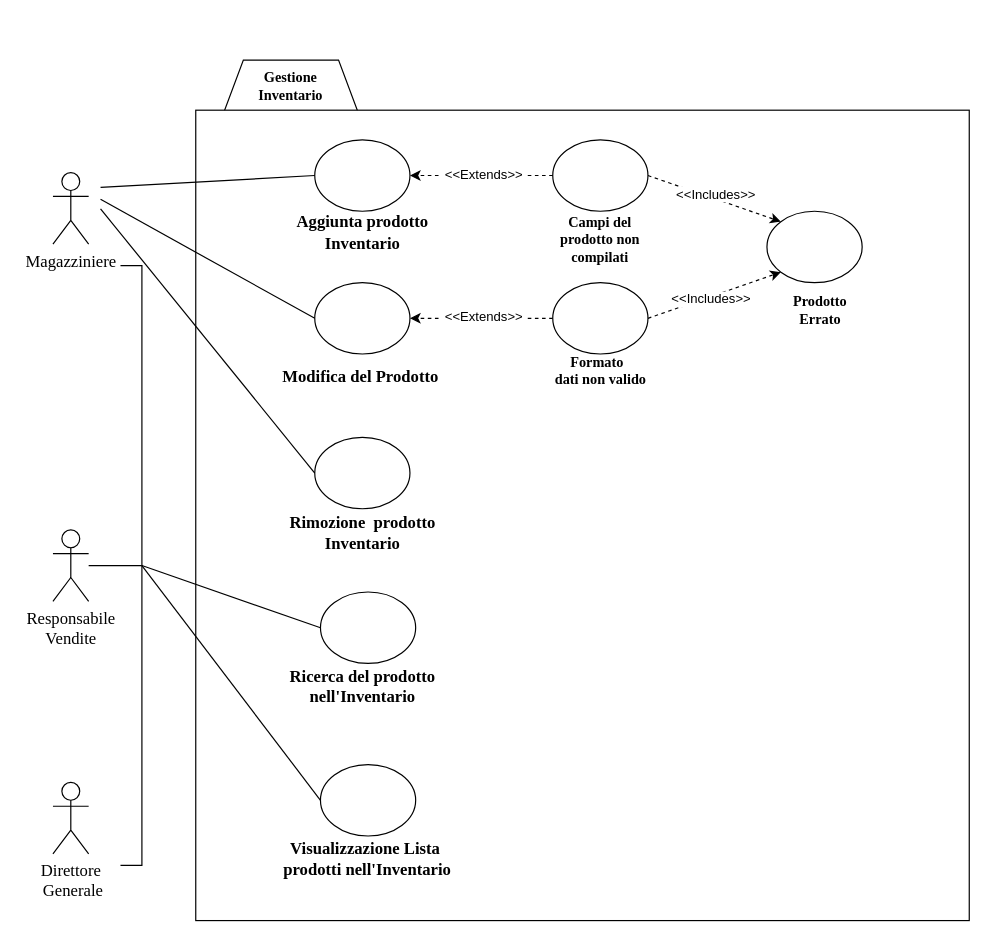
Earlier version of the draw.io diagram Bozze/Diagrammi Casi D'Uso/GestioneInventarioALPHA.drawio (Carmineh/IT-Manager). Source tidied: cells renumbered, new cells numbered last; positions are measured from the earlier drawing's top-left corner, leaving out a move shared by most shapes. Both pictures are drawn from the tidied source at 119%, with x=0, y=0 at pixel (-169, 60).
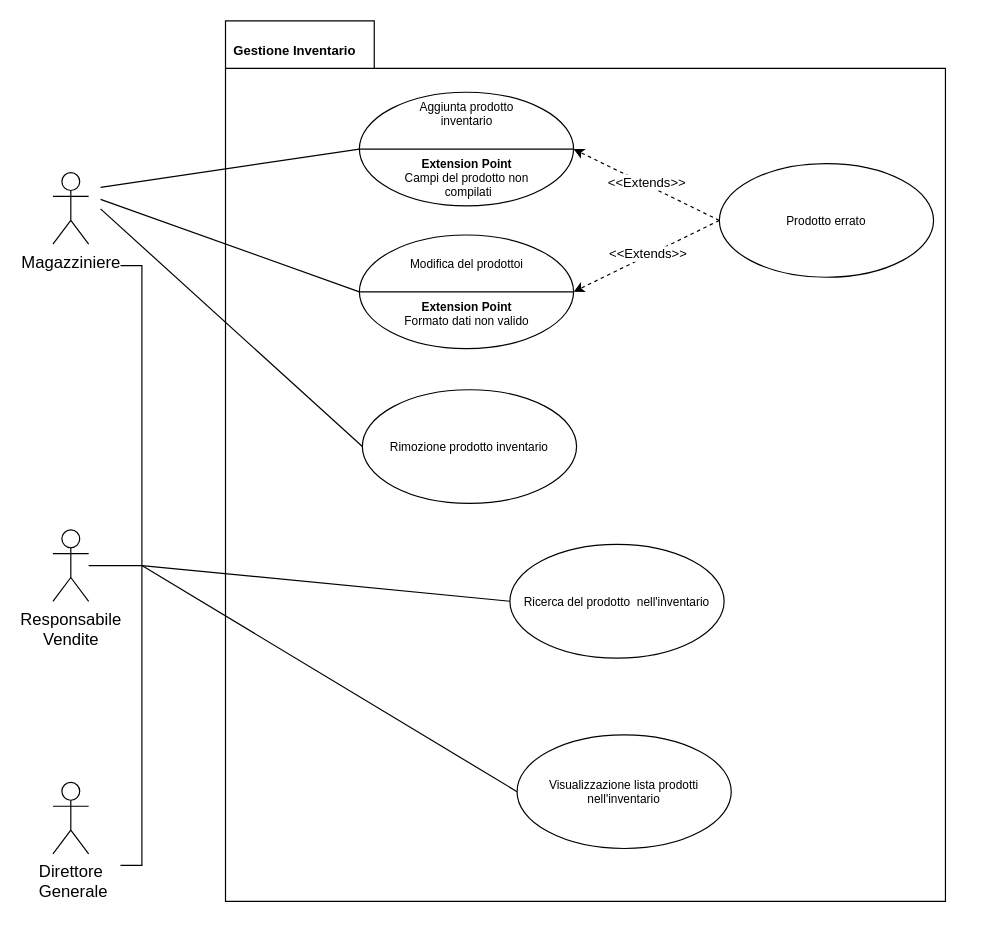
After the change.

The change refers to these unchanged cells:
```xml
<mxCell id="14" style="shape=partialRectangle;whiteSpace=wrap;html=1;bottom=1;right=1;left=1;top=0;fillColor=none;routingCenterX=-0.5;rotation=-90;" parent="1" vertex="1">
  <mxGeometry y="416" width="504" height="17.5" as="geometry" />
</mxCell>
```

Diff of the diagram source:
```diff
@@
-    <mxCell id="2" style="shape=hexagon;perimeter=hexagonPerimeter2;whiteSpace=wrap;html=1;fixedSize=1;" parent="1" vertex="1">
-      <mxGeometry x="326" width="120" height="107" as="geometry" />
-    </mxCell>
-    <mxCell id="3" style="rounded=0;whiteSpace=wrap;html=1;verticalAlign=bottom;" parent="1" vertex="1">
-      <mxGeometry x="306" y="42.1" width="650" height="681" as="geometry" />
-    </mxCell>
+    <mxCell id="39" style="shape=folder;fontStyle=1;spacingTop=10;tabWidth=125;tabHeight=40;tabPosition=left;html=1;fontSize=10;" parent="1" vertex="1">
+      <mxGeometry x="331" y="-33" width="605" height="740" as="geometry" />
+    </mxCell>
+    <mxCell id="8" value="&lt;div&gt;&lt;font style=&quot;font-size: 11px&quot;&gt;&lt;b&gt;Gestione Inventario&lt;/b&gt;&lt;/font&gt;&lt;/div&gt;" style="text;html=1;strokeColor=none;fillColor=none;align=left;verticalAlign=middle;whiteSpace=wrap;rounded=0;" parent="1" vertex="1">
+      <mxGeometry x="336" y="-23" width="107.5" height="30" as="geometry" />
+    </mxCell>
-    <mxCell id="4" value="&lt;div&gt;&lt;font face=&quot;Times New Roman&quot;&gt;&lt;span style=&quot;font-size: 14px&quot;&gt;Magazziniere&lt;/span&gt;&lt;/font&gt;&lt;/div&gt;" style="shape=umlActor;verticalLabelPosition=bottom;verticalAlign=top;html=1;" parent="1" vertex="1">
+    <mxCell id="4" value="&lt;div&gt;&lt;span style=&quot;font-size: 14px&quot;&gt;Magazziniere&lt;/span&gt;&lt;/div&gt;" style="shape=umlActor;verticalLabelPosition=bottom;verticalAlign=top;html=1;" parent="1" vertex="1">
       <mxGeometry x="186" y="94.6" width="30" height="60" as="geometry" />
     </mxCell>
-    <mxCell id="5" value="&lt;font face=&quot;Times New Roman&quot;&gt;&lt;span style=&quot;font-size: 14px&quot;&gt;Responsabile&lt;br&gt;Vendite&lt;/span&gt;&lt;/font&gt;" style="shape=umlActor;verticalLabelPosition=bottom;verticalAlign=top;html=1;outlineConnect=0;" parent="1" vertex="1">
+    <mxCell id="5" value="&lt;span style=&quot;font-size: 14px&quot;&gt;Responsabile&lt;br&gt;Vendite&lt;/span&gt;" style="shape=umlActor;verticalLabelPosition=bottom;verticalAlign=top;html=1;outlineConnect=0;" parent="1" vertex="1">
       <mxGeometry x="186" y="394.8" width="30" height="60" as="geometry" />
     </mxCell>
-    <mxCell id="6" value="&lt;div&gt;&lt;br&gt;&lt;/div&gt;&lt;div&gt;&lt;br&gt;&lt;/div&gt;&lt;div&gt;&lt;br&gt;&lt;/div&gt;&lt;div&gt;&lt;br&gt;&lt;/div&gt;&lt;div&gt;&lt;br&gt;&lt;/div&gt;&lt;div&gt;&lt;br&gt;&lt;/div&gt;" style="ellipse;whiteSpace=wrap;html=1;" parent="1" vertex="1">
-      <mxGeometry x="406" y="67" width="80" height="60" as="geometry" />
-    </mxCell>
-    <mxCell id="7" value="&lt;div&gt;&lt;font face=&quot;Times New Roman&quot;&gt;&lt;span style=&quot;font-size: 14px&quot;&gt;&lt;b&gt;Ricerca del prodotto nell'Inventario&lt;/b&gt;&lt;/span&gt;&lt;/font&gt;&lt;/div&gt;" style="text;html=1;strokeColor=none;fillColor=none;align=center;verticalAlign=middle;whiteSpace=wrap;rounded=0;" parent="1" vertex="1">
-      <mxGeometry x="374.8" y="517" width="142.5" height="20" as="geometry" />
-    </mxCell>
-    <mxCell id="8" value="&lt;div align=&quot;center&quot;&gt;&lt;font face=&quot;Times New Roman&quot;&gt;&lt;b&gt;Gestione&lt;/b&gt;&lt;/font&gt;&lt;/div&gt;&lt;div align=&quot;center&quot;&gt;&lt;font face=&quot;Times New Roman&quot;&gt;&lt;b&gt;Inventario&lt;/b&gt;&lt;/font&gt;&lt;/div&gt;" style="text;html=1;strokeColor=none;fillColor=none;align=center;verticalAlign=middle;whiteSpace=wrap;rounded=0;" parent="1" vertex="1">
-      <mxGeometry x="366" y="12.1" width="40" height="20" as="geometry" />
-    </mxCell>
-    <mxCell id="9" value="&lt;div&gt;&lt;br&gt;&lt;/div&gt;&lt;div&gt;&lt;br&gt;&lt;/div&gt;&lt;div&gt;&lt;br&gt;&lt;/div&gt;&lt;div&gt;&lt;br&gt;&lt;/div&gt;&lt;div&gt;&lt;br&gt;&lt;/div&gt;&lt;div&gt;&lt;br&gt;&lt;/div&gt;" style="ellipse;whiteSpace=wrap;html=1;" parent="1" vertex="1">
-      <mxGeometry x="406" y="187" width="80" height="60" as="geometry" />
-    </mxCell>
-    <mxCell id="10" value="&lt;div&gt;&lt;br&gt;&lt;/div&gt;&lt;div&gt;&lt;br&gt;&lt;/div&gt;&lt;div&gt;&lt;br&gt;&lt;/div&gt;&lt;div&gt;&lt;br&gt;&lt;/div&gt;&lt;div&gt;&lt;br&gt;&lt;/div&gt;&lt;div&gt;&lt;br&gt;&lt;/div&gt;" style="ellipse;whiteSpace=wrap;html=1;" parent="1" vertex="1">
-      <mxGeometry x="410.8" y="592" width="80" height="60" as="geometry" />
-    </mxCell>
-    <mxCell id="11" value="&lt;div&gt;&lt;br&gt;&lt;/div&gt;&lt;div&gt;&lt;br&gt;&lt;/div&gt;&lt;div&gt;&lt;br&gt;&lt;/div&gt;&lt;div&gt;&lt;br&gt;&lt;/div&gt;&lt;div&gt;&lt;br&gt;&lt;/div&gt;&lt;div&gt;&lt;br&gt;&lt;/div&gt;" style="ellipse;whiteSpace=wrap;html=1;" parent="1" vertex="1">
-      <mxGeometry x="410.8" y="447" width="80" height="60" as="geometry" />
-    </mxCell>
-    <mxCell id="12" style="endArrow=none;html=1;entryX=0;entryY=0.5;entryDx=0;entryDy=0;" parent="1" edge="1" target="6">
+    <mxCell id="12" style="endArrow=none;html=1;entryX=0;entryY=0.5;entryDx=0;entryDy=0;" parent="1" edge="1" target="43">
       <mxGeometry relative="1" as="geometry">
         <mxPoint x="226" y="107" as="sourcePoint" />
       </mxGeometry>
     </mxCell>
-    <mxCell id="13" style="endArrow=none;html=1;entryX=0;entryY=0.5;entryDx=0;entryDy=0;" parent="1" edge="1" target="9">
+    <mxCell id="13" style="endArrow=none;html=1;entryX=0;entryY=0.5;entryDx=0;entryDy=0;" parent="1" edge="1" target="45">
       <mxGeometry relative="1" as="geometry">
         <mxPoint x="226" y="117" as="sourcePoint" />
       </mxGeometry>
     </mxCell>
@@
-    <mxCell id="15" value="&lt;font face=&quot;Times New Roman&quot;&gt;&lt;span style=&quot;font-size: 14px&quot;&gt;&lt;b&gt;Rimozione &amp;nbsp;prodotto Inventario&lt;/b&gt;&lt;/span&gt;&lt;/font&gt;" style="text;html=1;strokeColor=none;fillColor=none;align=center;verticalAlign=middle;whiteSpace=wrap;rounded=0;" parent="1" vertex="1">
-      <mxGeometry x="373.5" y="387.8" width="145" height="20" as="geometry" />
-    </mxCell>
-    <mxCell id="16" value="&lt;font face=&quot;Times New Roman&quot; style=&quot;font-size: 14px&quot;&gt;&lt;span style=&quot;font-size: 14px&quot;&gt;&lt;b style=&quot;font-size: 14px&quot;&gt;Aggiunta prodotto Inventario&lt;/b&gt;&lt;/span&gt;&lt;/font&gt;" style="text;html=1;strokeColor=none;fillColor=none;align=center;verticalAlign=middle;whiteSpace=wrap;rounded=0;fontSize=14;" parent="1" vertex="1">
-      <mxGeometry x="373.5" y="134.6" width="145" height="20" as="geometry" />
-    </mxCell>
-    <mxCell id="17" value="&lt;b style=&quot;font-family: &amp;#34;times new roman&amp;#34; ; font-size: 14px&quot;&gt;Modifica del Prodotto&amp;nbsp;&lt;br&gt;&lt;/b&gt;" style="text;html=1;strokeColor=none;fillColor=none;align=center;verticalAlign=middle;whiteSpace=wrap;rounded=0;" parent="1" vertex="1">
-      <mxGeometry x="373.5" y="257" width="145" height="20" as="geometry" />
-    </mxCell>
-    <mxCell id="18" value="&lt;font face=&quot;Times New Roman&quot;&gt;&lt;span style=&quot;font-size: 14px&quot;&gt;&lt;b&gt;Visualizzazione Lista&amp;nbsp;&lt;br&gt;prodotti nell'Inventario&lt;br&gt;&lt;/b&gt;&lt;/span&gt;&lt;/font&gt;" style="text;html=1;strokeColor=none;fillColor=none;align=center;verticalAlign=middle;whiteSpace=wrap;rounded=0;" parent="1" vertex="1">
-      <mxGeometry x="378.2" y="662" width="145" height="20" as="geometry" />
-    </mxCell>
-    <mxCell id="19" value="&lt;div&gt;&lt;br&gt;&lt;/div&gt;&lt;div&gt;&lt;br&gt;&lt;/div&gt;&lt;div&gt;&lt;br&gt;&lt;/div&gt;&lt;div&gt;&lt;br&gt;&lt;/div&gt;&lt;div&gt;&lt;br&gt;&lt;/div&gt;&lt;div&gt;&lt;br&gt;&lt;/div&gt;" style="ellipse;whiteSpace=wrap;html=1;" parent="1" vertex="1">
-      <mxGeometry x="406" y="317" width="80" height="60" as="geometry" />
-    </mxCell>
-    <mxCell id="20" style="endArrow=none;html=1;exitX=0;exitY=0.5;exitDx=0;exitDy=0;" parent="1" edge="1" source="19">
+    <mxCell id="20" style="endArrow=none;html=1;exitX=0;exitY=0.5;exitDx=0;exitDy=0;" parent="1" edge="1" source="40">
       <mxGeometry relative="1" as="geometry">
         <mxPoint x="226" y="125" as="targetPoint" />
       </mxGeometry>
     </mxCell>
-    <mxCell id="21" style="endArrow=none;html=1;exitX=0.5;exitY=1;exitDx=0;exitDy=0;entryX=0;entryY=0.5;entryDx=0;entryDy=0;" parent="1" edge="1" source="14" target="11">
+    <mxCell id="21" style="endArrow=none;html=1;exitX=0.5;exitY=1;exitDx=0;exitDy=0;entryX=0;entryY=0.5;entryDx=0;entryDy=0;" parent="1" edge="1" source="14" target="41">
       <mxGeometry relative="1" as="geometry" />
     </mxCell>
-    <mxCell id="22" style="endArrow=none;html=1;exitX=0.5;exitY=1;exitDx=0;exitDy=0;entryX=0;entryY=0.5;entryDx=0;entryDy=0;" parent="1" edge="1" source="14" target="10">
+    <mxCell id="22" style="endArrow=none;html=1;exitX=0.5;exitY=1;exitDx=0;exitDy=0;entryX=0;entryY=0.5;entryDx=0;entryDy=0;" parent="1" edge="1" source="14" target="42">
       <mxGeometry relative="1" as="geometry" />
     </mxCell>
-    <mxCell id="23" value="&lt;font face=&quot;Times New Roman&quot;&gt;&lt;span style=&quot;font-size: 14px&quot;&gt;Direttore&lt;br&gt;&amp;nbsp;Generale&lt;/span&gt;&lt;/font&gt;" style="shape=umlActor;verticalLabelPosition=bottom;verticalAlign=top;html=1;" parent="1" vertex="1">
+    <mxCell id="23" value="&lt;span style=&quot;font-size: 14px&quot;&gt;Direttore&lt;br&gt;&amp;nbsp;Generale&lt;/span&gt;" style="shape=umlActor;verticalLabelPosition=bottom;verticalAlign=top;html=1;" parent="1" vertex="1">
       <mxGeometry x="186" y="607" width="30" height="60" as="geometry" />
     </mxCell>
@@
-    <mxCell id="25" value="&lt;div&gt;&lt;br&gt;&lt;/div&gt;&lt;div&gt;&lt;br&gt;&lt;/div&gt;&lt;div&gt;&lt;br&gt;&lt;/div&gt;&lt;div&gt;&lt;br&gt;&lt;/div&gt;&lt;div&gt;&lt;br&gt;&lt;/div&gt;&lt;div&gt;&lt;br&gt;&lt;/div&gt;" style="ellipse;whiteSpace=wrap;html=1;verticalAlign=bottom;" parent="1" vertex="1">
-      <mxGeometry x="606" y="67" width="80" height="60" as="geometry" />
-    </mxCell>
-    <mxCell id="26" style="endArrow=classic;html=1;dashed=1;exitX=0;exitY=0.5;exitDx=0;exitDy=0;entryX=1;entryY=0.5;entryDx=0;entryDy=0;verticalAlign=bottom;" parent="1" edge="1" source="28" target="9">
+    <mxCell id="26" style="endArrow=classic;html=1;dashed=1;exitX=0;exitY=0.5;exitDx=0;exitDy=0;verticalAlign=bottom;entryX=1;entryY=0.5;entryDx=0;entryDy=0;" parent="1" edge="1" source="47" target="43">
       <mxGeometry relative="1" as="geometry" />
     </mxCell>
@@
-    <mxCell id="28" value="&lt;div&gt;&lt;br&gt;&lt;/div&gt;&lt;div&gt;&lt;br&gt;&lt;/div&gt;&lt;div&gt;&lt;br&gt;&lt;/div&gt;&lt;div&gt;&lt;br&gt;&lt;/div&gt;&lt;div&gt;&lt;br&gt;&lt;/div&gt;&lt;div&gt;&lt;br&gt;&lt;/div&gt;" style="ellipse;whiteSpace=wrap;html=1;verticalAlign=bottom;" parent="1" vertex="1">
-      <mxGeometry x="606" y="187" width="80" height="60" as="geometry" />
-    </mxCell>
-    <mxCell id="29" value="&lt;font face=&quot;Times New Roman&quot;&gt;&lt;b&gt;Formato &amp;nbsp;&lt;br&gt;dati non valido&lt;/b&gt;&lt;/font&gt;" style="text;html=1;strokeColor=none;fillColor=none;align=center;verticalAlign=bottom;whiteSpace=wrap;rounded=0;" parent="1" vertex="1">
-      <mxGeometry x="573.5" y="258" width="145" height="20" as="geometry" />
-    </mxCell>
-    <mxCell id="30" value="&lt;div&gt;&lt;br&gt;&lt;/div&gt;&lt;div&gt;&lt;br&gt;&lt;/div&gt;&lt;div&gt;&lt;br&gt;&lt;/div&gt;&lt;div&gt;&lt;br&gt;&lt;/div&gt;&lt;div&gt;&lt;br&gt;&lt;/div&gt;&lt;div&gt;&lt;br&gt;&lt;/div&gt;" style="ellipse;whiteSpace=wrap;html=1;verticalAlign=bottom;" parent="1" vertex="1">
-      <mxGeometry x="786" y="127" width="80" height="60" as="geometry" />
-    </mxCell>
-    <mxCell id="31" value="&lt;font face=&quot;Times New Roman&quot;&gt;&lt;b&gt;Prodotto Errato&lt;br&gt;&lt;/b&gt;&lt;/font&gt;" style="text;html=1;strokeColor=none;fillColor=none;align=center;verticalAlign=bottom;whiteSpace=wrap;rounded=0;" parent="1" vertex="1">
-      <mxGeometry x="796" y="207" width="70" height="20" as="geometry" />
-    </mxCell>
-    <mxCell id="32" style="endArrow=classic;html=1;dashed=1;entryX=0;entryY=0;entryDx=0;entryDy=0;exitX=1;exitY=0.5;exitDx=0;exitDy=0;verticalAlign=bottom;" parent="1" edge="1" source="25" target="30">
-      <mxGeometry relative="1" as="geometry" />
-    </mxCell>
-    <mxCell id="33" value="&amp;nbsp;&amp;lt;&amp;lt;Includes&amp;gt;&amp;gt;&amp;nbsp;" style="edgeLabel;html=1;align=center;verticalAlign=middle;" parent="32" vertex="1">
-      <mxGeometry x="-0.01" y="1" relative="1" as="geometry">
-        <mxPoint y="-3" as="offset" />
-      </mxGeometry>
-    </mxCell>
-    <mxCell id="34" style="endArrow=classic;html=1;dashed=1;entryX=0;entryY=1;entryDx=0;entryDy=0;exitX=1;exitY=0.5;exitDx=0;exitDy=0;verticalAlign=bottom;" parent="1" edge="1" source="28" target="30">
-      <mxGeometry relative="1" as="geometry" />
-    </mxCell>
-    <mxCell id="35" value="&amp;lt;&amp;lt;Includes&amp;gt;&amp;gt;" style="edgeLabel;html=1;align=center;verticalAlign=middle;" parent="34" vertex="1">
-      <mxGeometry x="-0.08" y="-1" relative="1" as="geometry">
-        <mxPoint x="1" as="offset" />
-      </mxGeometry>
-    </mxCell>
-    <mxCell id="36" value="&lt;font face=&quot;Times New Roman&quot;&gt;&lt;b&gt;Campi del prodotto non compilati&lt;/b&gt;&lt;/font&gt;" style="text;html=1;strokeColor=none;fillColor=none;align=center;verticalAlign=bottom;whiteSpace=wrap;rounded=0;" parent="1" vertex="1">
-      <mxGeometry x="611" y="154.6" width="70" height="20" as="geometry" />
-    </mxCell>
-    <mxCell id="37" style="endArrow=classic;html=1;dashed=1;exitX=0;exitY=0.5;exitDx=0;exitDy=0;entryX=1;entryY=0.5;entryDx=0;entryDy=0;verticalAlign=bottom;" parent="1" edge="1" source="25" target="6">
-      <mxGeometry relative="1" as="geometry" />
-    </mxCell>
+    <mxCell id="40" value="Rimozione prodotto inventario" style="ellipse;whiteSpace=wrap;html=1;fontSize=10;" parent="1" vertex="1">
+      <mxGeometry x="446" y="277" width="180" height="95.5" as="geometry" />
+    </mxCell>
+    <mxCell id="41" value="Ricerca del prodotto &amp;nbsp;nell'inventario" style="ellipse;whiteSpace=wrap;html=1;fontSize=10;" parent="1" vertex="1">
+      <mxGeometry x="570" y="407" width="180" height="95.5" as="geometry" />
+    </mxCell>
+    <mxCell id="42" value="Visualizzazione lista prodotti nell'inventario" style="ellipse;whiteSpace=wrap;html=1;fontSize=10;" parent="1" vertex="1">
+      <mxGeometry x="576" y="567" width="180" height="95.5" as="geometry" />
+    </mxCell>
+    <mxCell id="43" value="Aggiunta prodotto &lt;br&gt;inventario&lt;br&gt;&lt;br&gt;&lt;br&gt;&lt;b&gt;Extension Point&lt;br&gt;&lt;/b&gt;Campi del prodotto non&lt;br&gt;&amp;nbsp;compilati" style="ellipse;whiteSpace=wrap;html=1;fontSize=10;" parent="1" vertex="1">
+      <mxGeometry x="443.5" y="27" width="180" height="95.5" as="geometry" />
+    </mxCell>
+    <mxCell id="44" style="endArrow=none;html=1;fontSize=10;exitX=0;exitY=0.5;exitDx=0;exitDy=0;entryX=1;entryY=0.5;entryDx=0;entryDy=0;" parent="1" edge="1" source="43" target="43">
+      <mxGeometry relative="1" as="geometry" />
+    </mxCell>
+    <mxCell id="45" value="Modifica del prodottoi&lt;br&gt;&lt;br&gt;&lt;br&gt;&lt;b&gt;Extension Point&lt;br&gt;&lt;/b&gt;Formato dati non valido" style="ellipse;whiteSpace=wrap;html=1;fontSize=10;" parent="1" vertex="1">
+      <mxGeometry x="443.5" y="147" width="180" height="95.5" as="geometry" />
+    </mxCell>
+    <mxCell id="46" style="endArrow=none;html=1;fontSize=10;exitX=0;exitY=0.5;exitDx=0;exitDy=0;entryX=1;entryY=0.5;entryDx=0;entryDy=0;" parent="1" edge="1" source="45" target="45">
+      <mxGeometry relative="1" as="geometry" />
+    </mxCell>
+    <mxCell id="47" value="Prodotto errato" style="ellipse;whiteSpace=wrap;html=1;fontSize=10;" parent="1" vertex="1">
+      <mxGeometry x="746" y="87" width="180" height="95.5" as="geometry" />
+    </mxCell>
+    <mxCell id="48" style="endArrow=classic;html=1;dashed=1;exitX=0;exitY=0.5;exitDx=0;exitDy=0;entryX=1;entryY=0.5;entryDx=0;entryDy=0;verticalAlign=bottom;" parent="1" edge="1" source="47" target="45">
+      <mxGeometry relative="1" as="geometry" />
+    </mxCell>
-    <mxCell id="38" value="&amp;nbsp;&amp;lt;&amp;lt;Extends&amp;gt;&amp;gt;&amp;nbsp;" style="edgeLabel;html=1;align=center;verticalAlign=middle;" parent="37" vertex="1">
+    <mxCell id="38" value="&amp;nbsp;&amp;lt;&amp;lt;Extends&amp;gt;&amp;gt;&amp;nbsp;" style="edgeLabel;html=1;align=center;verticalAlign=middle;" parent="48" vertex="1">
       <mxGeometry x="-0.01" y="1" relative="1" as="geometry">
         <mxPoint y="-3" as="offset" />
       </mxGeometry>
     </mxCell>
```
